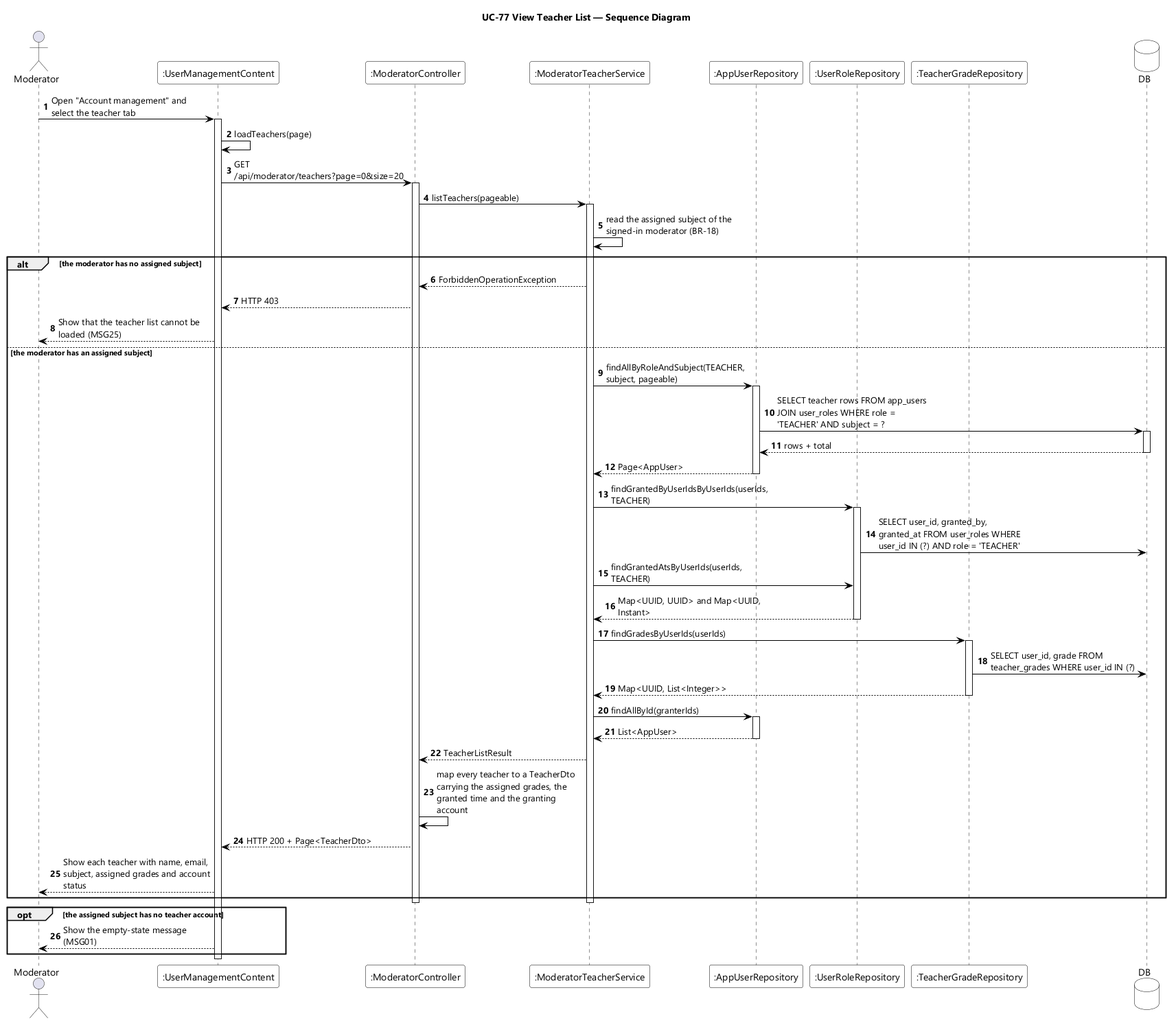
EduA-system/EduA-system keeps this PlantUML diagram as designs/sds-diagrams/uc77/uc77-sequence-diagram.png. Above is the earlier version. The source it was exported from:
```plantuml
@startuml UC-77 View Teacher List - Sequence Diagram
skinparamlocked dpi 96
skinparam defaultFontName "Segoe UI"
skinparam shadowing false
skinparam ParticipantBackgroundColor #FFFFFF
skinparam ParticipantBorderColor #000000
skinparam DatabaseBackgroundColor #FFFFFF
skinparam DatabaseBorderColor #000000
skinparam ArrowColor #000000
skinparam sequenceMessageAlign left
skinparam maxMessageSize 220
title UC-77 View Teacher List — Sequence Diagram

actor Moderator
participant ":UserManagementContent" as UI
participant ":ModeratorController" as CTL
participant ":ModeratorTeacherService" as SVC
participant ":AppUserRepository" as USERS
participant ":UserRoleRepository" as ROLES
participant ":TeacherGradeRepository" as GRADES
database DB

autonumber
Moderator -> UI : Open "Account management" and select the teacher tab
activate UI
UI -> UI : loadTeachers(page)
UI -> CTL : GET /api/moderator/teachers?page=0&size=20
activate CTL
CTL -> SVC : listTeachers(pageable)
activate SVC
SVC -> SVC : read the assigned subject of the signed-in moderator (BR-18)

alt the moderator has no assigned subject
  SVC --> CTL : ForbiddenOperationException
  CTL --> UI : HTTP 403
  UI --> Moderator : Show that the teacher list cannot be loaded (MSG25)
else the moderator has an assigned subject
  SVC -> USERS : findAllByRoleAndSubject(TEACHER, subject, pageable)
  activate USERS
  USERS -> DB : SELECT teacher rows FROM app_users JOIN user_roles WHERE role = 'TEACHER' AND subject = ?
  activate DB
  DB --> USERS : rows + total
  deactivate DB
  USERS --> SVC : Page<AppUser>
  deactivate USERS
  SVC -> ROLES : findGrantedByUserIdsByUserIds(userIds, TEACHER)
  activate ROLES
  ROLES -> DB : SELECT user_id, granted_by, granted_at FROM user_roles WHERE user_id IN (?) AND role = 'TEACHER'
  SVC -> ROLES : findGrantedAtsByUserIds(userIds, TEACHER)
  ROLES --> SVC : Map<UUID, UUID> and Map<UUID, Instant>
  deactivate ROLES
  SVC -> GRADES : findGradesByUserIds(userIds)
  activate GRADES
  GRADES -> DB : SELECT user_id, grade FROM teacher_grades WHERE user_id IN (?)
  GRADES --> SVC : Map<UUID, List<Integer>>
  deactivate GRADES
  SVC -> USERS : findAllById(granterIds)
  activate USERS
  USERS --> SVC : List<AppUser>
  deactivate USERS
  SVC --> CTL : TeacherListResult
  CTL -> CTL : map every teacher to a TeacherDto carrying the assigned grades, the granted time and the granting account
  CTL --> UI : HTTP 200 + Page<TeacherDto>
  UI --> Moderator : Show each teacher with name, email, subject, assigned grades and account status
end
deactivate SVC
deactivate CTL

opt the assigned subject has no teacher account
  UI --> Moderator : Show the empty-state message (MSG01)
end
deactivate UI
@enduml
```
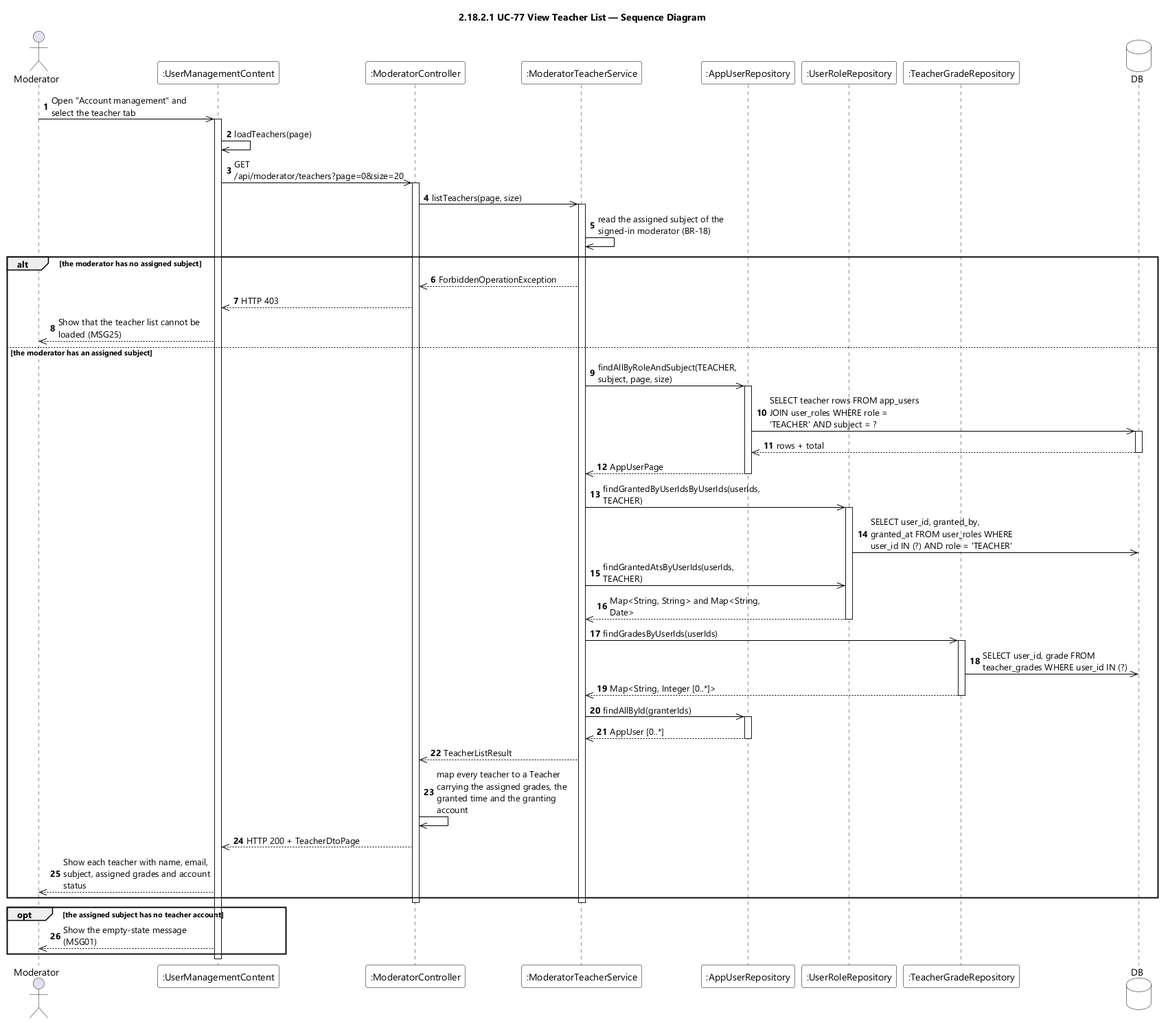
After the change.

The edit, as a diff of the source:
```diff
@@ -9,7 +9,7 @@
 skinparam ArrowColor #000000
 skinparam sequenceMessageAlign left
 skinparam maxMessageSize 220
-title UC-77 View Teacher List — Sequence Diagram
+title 2.18.2.1 UC-77 View Teacher List — Sequence Diagram
 
 actor Moderator
 participant ":UserManagementContent" as UI
@@ -21,53 +21,53 @@
 database DB
 
 autonumber
-Moderator -> UI : Open "Account management" and select the teacher tab
+Moderator ->> UI : Open "Account management" and select the teacher tab
 activate UI
-UI -> UI : loadTeachers(page)
-UI -> CTL : GET /api/moderator/teachers?page=0&size=20
+UI ->> UI : loadTeachers(page)
+UI ->> CTL : GET /api/moderator/teachers?page=0&size=20
 activate CTL
-CTL -> SVC : listTeachers(pageable)
+CTL ->> SVC : listTeachers(page, size)
 activate SVC
-SVC -> SVC : read the assigned subject of the signed-in moderator (BR-18)
+SVC ->> SVC : read the assigned subject of the signed-in moderator (BR-18)
 
 alt the moderator has no assigned subject
-  SVC --> CTL : ForbiddenOperationException
-  CTL --> UI : HTTP 403
-  UI --> Moderator : Show that the teacher list cannot be loaded (MSG25)
+  SVC -->> CTL : ForbiddenOperationException
+  CTL -->> UI : HTTP 403
+  UI -->> Moderator : Show that the teacher list cannot be loaded (MSG25)
 else the moderator has an assigned subject
-  SVC -> USERS : findAllByRoleAndSubject(TEACHER, subject, pageable)
+  SVC ->> USERS : findAllByRoleAndSubject(TEACHER, subject, page, size)
   activate USERS
-  USERS -> DB : SELECT teacher rows FROM app_users JOIN user_roles WHERE role = 'TEACHER' AND subject = ?
+  USERS ->> DB : SELECT teacher rows FROM app_users JOIN user_roles WHERE role = 'TEACHER' AND subject = ?
   activate DB
-  DB --> USERS : rows + total
+  DB -->> USERS : rows + total
   deactivate DB
-  USERS --> SVC : Page<AppUser>
+  USERS -->> SVC : AppUserPage
   deactivate USERS
-  SVC -> ROLES : findGrantedByUserIdsByUserIds(userIds, TEACHER)
+  SVC ->> ROLES : findGrantedByUserIdsByUserIds(userIds, TEACHER)
   activate ROLES
-  ROLES -> DB : SELECT user_id, granted_by, granted_at FROM user_roles WHERE user_id IN (?) AND role = 'TEACHER'
-  SVC -> ROLES : findGrantedAtsByUserIds(userIds, TEACHER)
-  ROLES --> SVC : Map<UUID, UUID> and Map<UUID, Instant>
+  ROLES ->> DB : SELECT user_id, granted_by, granted_at FROM user_roles WHERE user_id IN (?) AND role = 'TEACHER'
+  SVC ->> ROLES : findGrantedAtsByUserIds(userIds, TEACHER)
+  ROLES -->> SVC : Map<String, String> and Map<String, Date>
   deactivate ROLES
-  SVC -> GRADES : findGradesByUserIds(userIds)
+  SVC ->> GRADES : findGradesByUserIds(userIds)
   activate GRADES
-  GRADES -> DB : SELECT user_id, grade FROM teacher_grades WHERE user_id IN (?)
-  GRADES --> SVC : Map<UUID, List<Integer>>
+  GRADES ->> DB : SELECT user_id, grade FROM teacher_grades WHERE user_id IN (?)
+  GRADES -->> SVC : Map<String, Integer [0..*]>
   deactivate GRADES
-  SVC -> USERS : findAllById(granterIds)
+  SVC ->> USERS : findAllById(granterIds)
   activate USERS
-  USERS --> SVC : List<AppUser>
+  USERS -->> SVC : AppUser [0..*]
   deactivate USERS
-  SVC --> CTL : TeacherListResult
-  CTL -> CTL : map every teacher to a TeacherDto carrying the assigned grades, the granted time and the granting account
-  CTL --> UI : HTTP 200 + Page<TeacherDto>
-  UI --> Moderator : Show each teacher with name, email, subject, assigned grades and account status
+  SVC -->> CTL : TeacherListResult
+  CTL ->> CTL : map every teacher to a Teacher carrying the assigned grades, the granted time and the granting account
+  CTL -->> UI : HTTP 200 + TeacherDtoPage
+  UI -->> Moderator : Show each teacher with name, email, subject, assigned grades and account status
 end
 deactivate SVC
 deactivate CTL
 
 opt the assigned subject has no teacher account
-  UI --> Moderator : Show the empty-state message (MSG01)
+  UI -->> Moderator : Show the empty-state message (MSG01)
 end
 deactivate UI
 @enduml
```
